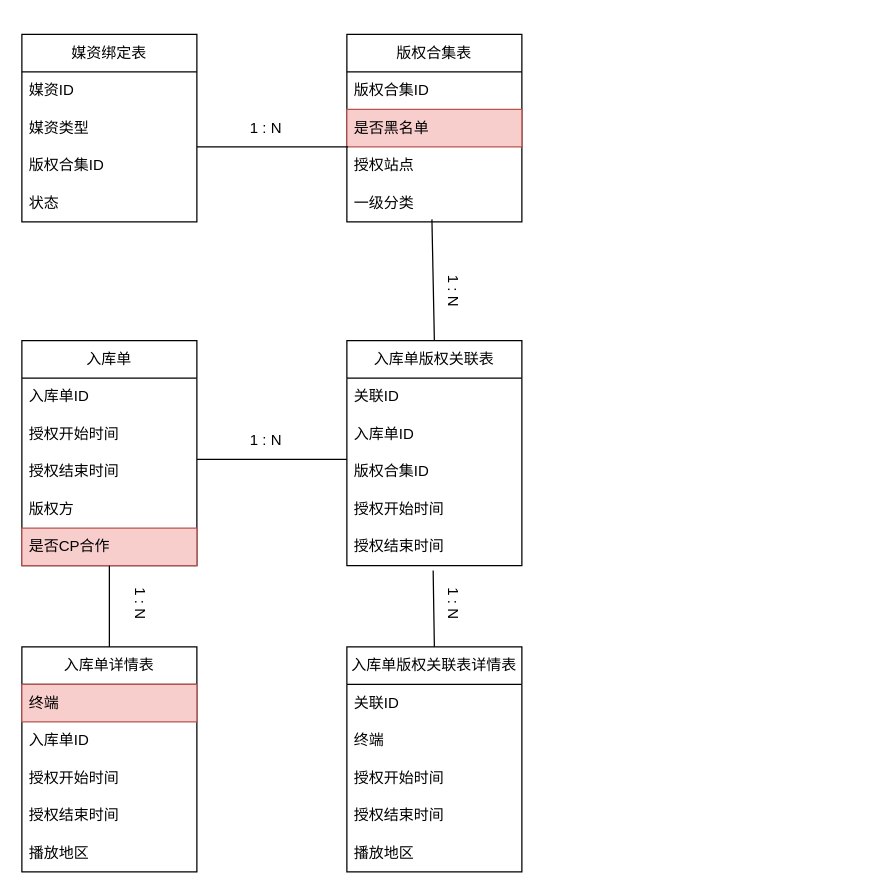
Above: 任务表.drawio in hnzhouzhoujay/Activity (draw.io), before the change. Source tidied: cells renumbered, new cells numbered last; positions are measured from the earlier drawing's top-left corner, leaving out a move shared by most shapes. Both pictures are drawn from the tidied source at 125%, with x=0, y=0 at pixel (21, 34).
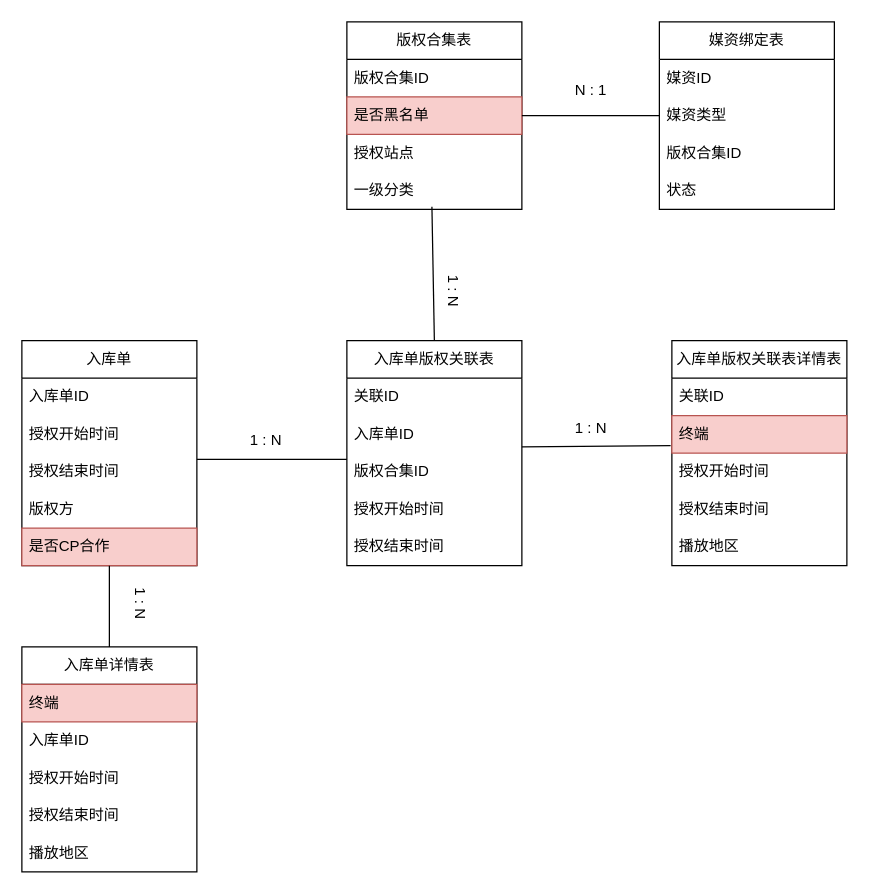
The same page after the edit.

Commit message:
更新任务表.drawio

The change refers to these unchanged cells:
```xml
<mxCell id="4" value="媒资类型" style="text;strokeColor=none;fillColor=none;align=left;verticalAlign=middle;spacingLeft=4;spacingRight=4;overflow=hidden;points=[[0,0.5],[1,0.5]];portConstraint=eastwest;whiteSpace=wrap;html=1;" parent="2" vertex="1">
  <mxGeometry y="60" width="140" height="30" as="geometry" />
</mxCell>
<mxCell id="5" value="版权合集ID" style="text;strokeColor=none;fillColor=none;align=left;verticalAlign=middle;spacingLeft=4;spacingRight=4;overflow=hidden;points=[[0,0.5],[1,0.5]];portConstraint=eastwest;whiteSpace=wrap;html=1;" parent="2" vertex="1">
  <mxGeometry y="90" width="140" height="30" as="geometry" />
</mxCell>
<mxCell id="10" value="授权站点" style="text;strokeColor=none;fillColor=none;align=left;verticalAlign=middle;spacingLeft=4;spacingRight=4;overflow=hidden;points=[[0,0.5],[1,0.5]];portConstraint=eastwest;whiteSpace=wrap;html=1;" parent="7" vertex="1">
  <mxGeometry y="90" width="140" height="30" as="geometry" />
</mxCell>
<mxCell id="21" value="入库单ID" style="text;strokeColor=none;fillColor=none;align=left;verticalAlign=middle;spacingLeft=4;spacingRight=4;overflow=hidden;points=[[0,0.5],[1,0.5]];portConstraint=eastwest;whiteSpace=wrap;html=1;" parent="19" vertex="1">
  <mxGeometry y="60" width="140" height="30" as="geometry" />
</mxCell>
<mxCell id="24" value="授权结束时间" style="text;strokeColor=none;fillColor=none;align=left;verticalAlign=middle;spacingLeft=4;spacingRight=4;overflow=hidden;points=[[0,0.5],[1,0.5]];portConstraint=eastwest;whiteSpace=wrap;html=1;" parent="19" vertex="1">
  <mxGeometry y="150" width="140" height="30" as="geometry" />
</mxCell>
```

Diff of the diagram source:
```diff
@@
     <mxCell id="2" value="媒资绑定表" style="swimlane;fontStyle=0;horizontal=1;startSize=30;whiteSpace=wrap;html=1;" parent="1" vertex="1">
-      <mxGeometry width="140" height="150" as="geometry" />
+      <mxGeometry x="510" y="-10" width="140" height="150" as="geometry" />
     </mxCell>
@@
     <mxCell id="7" value="版权合集表" style="swimlane;fontStyle=0;horizontal=1;startSize=30;whiteSpace=wrap;html=1;" parent="1" vertex="1">
-      <mxGeometry x="260" width="140" height="150" as="geometry" />
+      <mxGeometry x="260" y="-10" width="140" height="150" as="geometry" />
     </mxCell>
@@
-    <mxCell id="12" style="endArrow=none;html=1;rounded=0;exitX=1;exitY=0;exitDx=0;exitDy=0;entryX=0.007;entryY=0;entryDx=0;entryDy=0;entryPerimeter=0;exitPerimeter=0;" parent="1" edge="1" source="5" target="10">
-      <mxGeometry relative="1" as="geometry" />
-    </mxCell>
@@
     <mxCell id="31" value="入库单版权关联表详情表" style="swimlane;fontStyle=0;horizontal=1;startSize=30;whiteSpace=wrap;html=1;" parent="1" vertex="1">
-      <mxGeometry x="260" y="490" width="140" height="180" as="geometry" />
+      <mxGeometry x="520" y="245" width="140" height="180" as="geometry" />
     </mxCell>
@@
-    <mxCell id="33" value="终端" style="text;strokeColor=none;fillColor=none;align=left;verticalAlign=middle;spacingLeft=4;spacingRight=4;overflow=hidden;points=[[0,0.5],[1,0.5]];portConstraint=eastwest;whiteSpace=wrap;html=1;" parent="31" vertex="1">
+    <mxCell id="33" value="终端" style="text;strokeColor=#b85450;fillColor=#f8cecc;align=left;verticalAlign=middle;spacingLeft=4;spacingRight=4;overflow=hidden;points=[[0,0.5],[1,0.5]];portConstraint=eastwest;whiteSpace=wrap;html=1;" parent="31" vertex="1">
       <mxGeometry y="60" width="140" height="30" as="geometry" />
     </mxCell>
@@
-    <mxCell id="39" value="1 : N" style="text;html=1;align=center;verticalAlign=middle;strokeColor=none;fillColor=none;" parent="1" vertex="1">
-      <mxGeometry x="170" y="60" width="50" height="30" as="geometry" />
-    </mxCell>
@@
-    <mxCell id="44" style="endArrow=none;html=1;rounded=0;exitX=0.5;exitY=0;exitDx=0;exitDy=0;entryX=0.493;entryY=1.133;entryDx=0;entryDy=0;entryPerimeter=0;" parent="1" edge="1" source="31" target="24">
-      <mxGeometry relative="1" as="geometry" />
-    </mxCell>
-    <mxCell id="45" value="1 : N" style="text;html=1;align=center;verticalAlign=middle;strokeColor=none;fillColor=none;rotation=90;" parent="1" vertex="1">
-      <mxGeometry x="320" y="440" width="50" height="30" as="geometry" />
-    </mxCell>
+    <mxCell id="46" style="endArrow=none;html=1;rounded=0;exitX=1;exitY=0.5;exitDx=0;exitDy=0;entryX=0;entryY=0.5;entryDx=0;entryDy=0;" parent="1" edge="1" source="7" target="4">
+      <mxGeometry relative="1" as="geometry" />
+    </mxCell>
+    <mxCell id="47" value="N : 1" style="text;html=1;align=center;verticalAlign=middle;strokeColor=none;fillColor=none;rotation=0;" parent="1" vertex="1">
+      <mxGeometry x="430" y="30" width="50" height="30" as="geometry" />
+    </mxCell>
+    <mxCell id="48" style="endArrow=none;html=1;rounded=0;exitX=1;exitY=0.833;exitDx=0;exitDy=0;exitPerimeter=0;entryX=-0.007;entryY=0.8;entryDx=0;entryDy=0;entryPerimeter=0;" parent="1" edge="1" source="21" target="33">
+      <mxGeometry relative="1" as="geometry" />
+    </mxCell>
+    <mxCell id="49" value="1 : N" style="text;html=1;align=center;verticalAlign=middle;strokeColor=none;fillColor=none;rotation=0;" parent="1" vertex="1">
+      <mxGeometry x="430" y="300" width="50" height="30" as="geometry" />
+    </mxCell>
```
